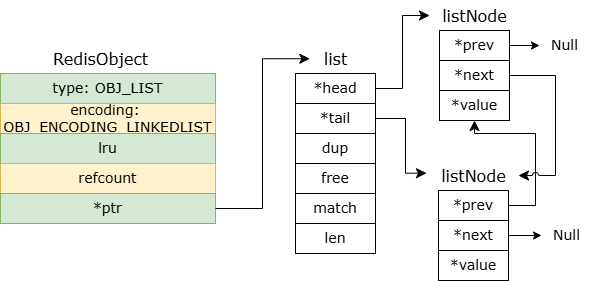
guxdong/imgrepo keeps this draw.io diagram as redis/linkedlist结构图.drawio.png. Above is the earlier version. Source tidied: cells renumbered, new cells last; positions are measured from the earlier drawing's top-left corner, leaving out a move shared by most shapes. Its diagram source:
```xml
<mxGraphModel>
  <root>
    <mxCell id="0" />
    <mxCell id="1" parent="0" />
    <mxCell id="2" value="&lt;font style=&quot;font-size: 14px;&quot; face=&quot;Verdana&quot;&gt;type:&amp;nbsp;&lt;/font&gt;&lt;font face=&quot;Verdana&quot;&gt;&lt;span style=&quot;font-size: 14px;&quot;&gt;OBJ_LIST&lt;/span&gt;&lt;/font&gt;" style="rounded=0;whiteSpace=wrap;html=1;fillColor=#d5e8d4;strokeColor=#82b366;" parent="1" vertex="1">
      <mxGeometry y="73" width="215" height="30" as="geometry" />
    </mxCell>
    <mxCell id="3" value="&lt;font face=&quot;Verdana&quot;&gt;&lt;span style=&quot;font-size: 14px;&quot;&gt;encoding:&amp;nbsp;&lt;/span&gt;&lt;/font&gt;&lt;div&gt;&lt;font face=&quot;Verdana&quot;&gt;&lt;span style=&quot;font-size: 14px;&quot;&gt;OBJ_ENCODING_LINKEDLIST&lt;/span&gt;&lt;/font&gt;&lt;/div&gt;" style="rounded=0;whiteSpace=wrap;html=1;fillColor=#fff2cc;strokeColor=#d6b656;" parent="1" vertex="1">
      <mxGeometry y="103" width="215" height="30" as="geometry" />
    </mxCell>
    <mxCell id="4" value="&lt;font face=&quot;Verdana&quot;&gt;&lt;span style=&quot;font-size: 14px;&quot;&gt;lru&lt;/span&gt;&lt;/font&gt;" style="rounded=0;whiteSpace=wrap;html=1;fillColor=#d5e8d4;strokeColor=#82b366;" parent="1" vertex="1">
      <mxGeometry y="133" width="215" height="30" as="geometry" />
    </mxCell>
    <mxCell id="5" value="&lt;font face=&quot;Verdana&quot;&gt;&lt;span style=&quot;font-size: 14px;&quot;&gt;refcount&lt;/span&gt;&lt;/font&gt;" style="rounded=0;whiteSpace=wrap;html=1;fillColor=#fff2cc;strokeColor=#d6b656;" parent="1" vertex="1">
      <mxGeometry y="163" width="215" height="30" as="geometry" />
    </mxCell>
    <mxCell id="6" value="&lt;font face=&quot;Verdana&quot;&gt;&lt;span style=&quot;font-size: 14px;&quot;&gt;*ptr&lt;/span&gt;&lt;/font&gt;" style="rounded=0;whiteSpace=wrap;html=1;fillColor=#d5e8d4;strokeColor=#82b366;" parent="1" vertex="1">
      <mxGeometry y="193" width="215" height="30" as="geometry" />
    </mxCell>
    <mxCell id="7" value="&lt;font face=&quot;Verdana&quot; style=&quot;font-size: 16px;&quot;&gt;RedisObject&lt;/font&gt;" style="text;html=1;align=center;verticalAlign=middle;strokeColor=none;fillColor=none;" parent="1" vertex="1">
      <mxGeometry x="40" y="43" width="120" height="30" as="geometry" />
    </mxCell>
    <mxCell id="8" style="group;" parent="1" vertex="1">
      <mxGeometry x="295" y="43" width="80" height="210" as="geometry" />
    </mxCell>
    <mxCell id="9" value="&lt;font face=&quot;Verdana&quot;&gt;&lt;span style=&quot;font-size: 14px;&quot;&gt;*head&lt;/span&gt;&lt;/font&gt;" style="rounded=0;whiteSpace=wrap;html=1;" parent="8" vertex="1">
      <mxGeometry y="30" width="80" height="30" as="geometry" />
    </mxCell>
    <mxCell id="10" value="&lt;font face=&quot;Verdana&quot;&gt;&lt;span style=&quot;font-size: 14px;&quot;&gt;*tail&lt;/span&gt;&lt;/font&gt;" style="rounded=0;whiteSpace=wrap;html=1;" parent="8" vertex="1">
      <mxGeometry y="60" width="80" height="30" as="geometry" />
    </mxCell>
    <mxCell id="11" value="&lt;font face=&quot;Verdana&quot;&gt;&lt;span style=&quot;font-size: 14px;&quot;&gt;dup&lt;/span&gt;&lt;/font&gt;" style="rounded=0;whiteSpace=wrap;html=1;" parent="8" vertex="1">
      <mxGeometry y="90" width="80" height="30" as="geometry" />
    </mxCell>
    <mxCell id="12" value="&lt;font face=&quot;Verdana&quot;&gt;&lt;span style=&quot;font-size: 14px;&quot;&gt;free&lt;/span&gt;&lt;/font&gt;" style="rounded=0;whiteSpace=wrap;html=1;" parent="8" vertex="1">
      <mxGeometry y="120" width="80" height="30" as="geometry" />
    </mxCell>
    <mxCell id="13" value="&lt;font face=&quot;Verdana&quot;&gt;&lt;span style=&quot;font-size: 14px;&quot;&gt;match&lt;/span&gt;&lt;/font&gt;" style="rounded=0;whiteSpace=wrap;html=1;" parent="8" vertex="1">
      <mxGeometry y="150" width="80" height="30" as="geometry" />
    </mxCell>
    <mxCell id="14" value="&lt;font face=&quot;Verdana&quot;&gt;&lt;span style=&quot;font-size: 14px;&quot;&gt;len&lt;/span&gt;&lt;/font&gt;" style="rounded=0;whiteSpace=wrap;html=1;" parent="8" vertex="1">
      <mxGeometry y="180" width="80" height="30" as="geometry" />
    </mxCell>
    <mxCell id="15" value="&lt;font face=&quot;Verdana&quot; style=&quot;font-size: 16px;&quot;&gt;list&lt;/font&gt;" style="text;html=1;align=center;verticalAlign=middle;points=[];strokeColor=none;fillColor=none;" parent="8" vertex="1">
      <mxGeometry x="15" width="50" height="30" as="geometry" />
    </mxCell>
    <mxCell id="16" style="edgeStyle=elbowEdgeStyle;elbow=horizontal;endArrow=classic;html=1;curved=0;rounded=0;endSize=8;startSize=8;exitX=1;exitY=0.5;exitDx=0;exitDy=0;entryX=-0.013;entryY=0.508;entryDx=0;entryDy=0;entryPerimeter=0;" parent="1" edge="1" source="6" target="15">
      <mxGeometry relative="1" as="geometry" />
    </mxCell>
    <mxCell id="17" style="edgeStyle=elbowEdgeStyle;elbow=horizontal;endArrow=classic;html=1;curved=0;rounded=0;endSize=8;startSize=8;exitX=1;exitY=0.5;exitDx=0;exitDy=0;" parent="1" edge="1" source="9" target="22">
      <mxGeometry relative="1" as="geometry" />
    </mxCell>
    <mxCell id="18" style="group;" parent="1" vertex="1">
      <mxGeometry x="429" width="90" height="120" as="geometry" />
    </mxCell>
    <mxCell id="19" value="&lt;font face=&quot;Verdana&quot;&gt;&lt;span style=&quot;font-size: 14px;&quot;&gt;*prev&lt;/span&gt;&lt;/font&gt;" style="rounded=0;whiteSpace=wrap;html=1;" parent="18" vertex="1">
      <mxGeometry x="10" y="30" width="70" height="30" as="geometry" />
    </mxCell>
    <mxCell id="20" value="&lt;font face=&quot;Verdana&quot;&gt;&lt;span style=&quot;font-size: 14px;&quot;&gt;*next&lt;/span&gt;&lt;/font&gt;" style="rounded=0;whiteSpace=wrap;html=1;" parent="18" vertex="1">
      <mxGeometry x="10" y="60" width="70" height="30" as="geometry" />
    </mxCell>
    <mxCell id="21" value="&lt;font face=&quot;Verdana&quot;&gt;&lt;span style=&quot;font-size: 14px;&quot;&gt;*value&lt;/span&gt;&lt;/font&gt;" style="rounded=0;whiteSpace=wrap;html=1;" parent="18" vertex="1">
      <mxGeometry x="10" y="90" width="70" height="30" as="geometry" />
    </mxCell>
    <mxCell id="22" value="&lt;font style=&quot;font-size: 16px;&quot; face=&quot;Verdana&quot;&gt;listNode&lt;/font&gt;" style="text;html=1;align=center;verticalAlign=middle;points=[];strokeColor=none;fillColor=none;" parent="18" vertex="1">
      <mxGeometry width="90" height="30" as="geometry" />
    </mxCell>
    <mxCell id="23" style="group;" parent="1" vertex="1">
      <mxGeometry x="428" y="160" width="90" height="120" as="geometry" />
    </mxCell>
    <mxCell id="24" value="&lt;font face=&quot;Verdana&quot;&gt;&lt;span style=&quot;font-size: 14px;&quot;&gt;*prev&lt;/span&gt;&lt;/font&gt;" style="rounded=0;whiteSpace=wrap;html=1;" parent="23" vertex="1">
      <mxGeometry x="10" y="30" width="70" height="30" as="geometry" />
    </mxCell>
    <mxCell id="25" value="&lt;font face=&quot;Verdana&quot;&gt;&lt;span style=&quot;font-size: 14px;&quot;&gt;*next&lt;/span&gt;&lt;/font&gt;" style="rounded=0;whiteSpace=wrap;html=1;" parent="23" vertex="1">
      <mxGeometry x="10" y="60" width="70" height="30" as="geometry" />
    </mxCell>
    <mxCell id="26" value="&lt;font face=&quot;Verdana&quot;&gt;&lt;span style=&quot;font-size: 14px;&quot;&gt;*value&lt;/span&gt;&lt;/font&gt;" style="rounded=0;whiteSpace=wrap;html=1;" parent="23" vertex="1">
      <mxGeometry x="10" y="90" width="70" height="30" as="geometry" />
    </mxCell>
    <mxCell id="27" value="&lt;font style=&quot;font-size: 16px;&quot; face=&quot;Verdana&quot;&gt;listNode&lt;/font&gt;" style="text;html=1;align=center;verticalAlign=middle;points=[];strokeColor=none;fillColor=none;" parent="23" vertex="1">
      <mxGeometry width="90" height="30" as="geometry" />
    </mxCell>
    <mxCell id="28" style="endArrow=classic;html=1;rounded=0;exitX=1;exitY=0.5;exitDx=0;exitDy=0;" parent="1" edge="1" source="25">
      <mxGeometry relative="1" as="geometry">
        <mxPoint x="541" y="235" as="targetPoint" />
      </mxGeometry>
    </mxCell>
    <mxCell id="29" value="&lt;font style=&quot;font-size: 14px;&quot; face=&quot;Verdana&quot;&gt;Null&lt;/font&gt;" style="text;html=1;align=center;verticalAlign=middle;strokeColor=none;fillColor=none;" parent="1" vertex="1">
      <mxGeometry x="541" y="220" width="50" height="30" as="geometry" />
    </mxCell>
    <mxCell id="30" value="&lt;font style=&quot;font-size: 14px;&quot; face=&quot;Verdana&quot;&gt;Null&lt;/font&gt;" style="text;html=1;align=center;verticalAlign=middle;points=[];strokeColor=none;fillColor=none;" parent="1" vertex="1">
      <mxGeometry x="539" y="30" width="50" height="30" as="geometry" />
    </mxCell>
    <mxCell id="31" style="endArrow=classic;html=1;rounded=0;" parent="1" edge="1" target="30">
      <mxGeometry relative="1" as="geometry">
        <mxPoint x="509" y="45" as="sourcePoint" />
      </mxGeometry>
    </mxCell>
    <mxCell id="32" style="edgeStyle=segmentEdgeStyle;endArrow=classic;html=1;curved=0;rounded=0;endSize=8;startSize=8;entryX=-0.022;entryY=0.422;entryDx=0;entryDy=0;entryPerimeter=0;exitX=1;exitY=0.5;exitDx=0;exitDy=0;" parent="1" edge="1" source="10" target="27">
      <mxGeometry relative="1" as="geometry">
        <Array as="points">
          <mxPoint x="405" y="118" />
          <mxPoint x="405" y="173" />
        </Array>
      </mxGeometry>
    </mxCell>
    <mxCell id="33" style="edgeStyle=segmentEdgeStyle;endArrow=classic;html=1;curved=0;rounded=0;endSize=8;startSize=8;exitX=1;exitY=0.5;exitDx=0;exitDy=0;entryX=0.5;entryY=1;entryDx=0;entryDy=0;jumpStyle=arc;" parent="1" edge="1" source="24" target="21">
      <mxGeometry relative="1" as="geometry">
        <Array as="points">
          <mxPoint x="535" y="205" />
          <mxPoint x="535" y="133" />
          <mxPoint x="474" y="133" />
        </Array>
      </mxGeometry>
    </mxCell>
    <mxCell id="34" style="edgeStyle=segmentEdgeStyle;endArrow=classic;html=1;curved=0;rounded=0;endSize=8;startSize=8;exitX=1;exitY=0.5;exitDx=0;exitDy=0;jumpStyle=arc;" parent="1" edge="1" source="20" target="27">
      <mxGeometry relative="1" as="geometry">
        <Array as="points">
          <mxPoint x="555" y="75" />
          <mxPoint x="555" y="175" />
        </Array>
      </mxGeometry>
    </mxCell>
  </root>
</mxGraphModel>
```
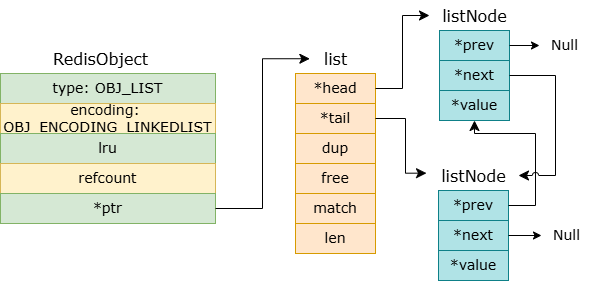
After the change.

Commit message:
更新linkedlist结构图.drawio.png

Diff of the diagram source:
```diff
@@ -23,22 +23,22 @@
     <mxCell id="8" style="group;" parent="1" vertex="1">
       <mxGeometry x="295" y="43" width="80" height="210" as="geometry" />
     </mxCell>
-    <mxCell id="9" value="&lt;font face=&quot;Verdana&quot;&gt;&lt;span style=&quot;font-size: 14px;&quot;&gt;*head&lt;/span&gt;&lt;/font&gt;" style="rounded=0;whiteSpace=wrap;html=1;" parent="8" vertex="1">
+    <mxCell id="9" value="&lt;font face=&quot;Verdana&quot;&gt;&lt;span style=&quot;font-size: 14px;&quot;&gt;*head&lt;/span&gt;&lt;/font&gt;" style="rounded=0;whiteSpace=wrap;html=1;fillColor=#ffe6cc;strokeColor=#d79b00;" parent="8" vertex="1">
       <mxGeometry y="30" width="80" height="30" as="geometry" />
     </mxCell>
-    <mxCell id="10" value="&lt;font face=&quot;Verdana&quot;&gt;&lt;span style=&quot;font-size: 14px;&quot;&gt;*tail&lt;/span&gt;&lt;/font&gt;" style="rounded=0;whiteSpace=wrap;html=1;" parent="8" vertex="1">
+    <mxCell id="10" value="&lt;font face=&quot;Verdana&quot;&gt;&lt;span style=&quot;font-size: 14px;&quot;&gt;*tail&lt;/span&gt;&lt;/font&gt;" style="rounded=0;whiteSpace=wrap;html=1;fillColor=#ffe6cc;strokeColor=#d79b00;" parent="8" vertex="1">
       <mxGeometry y="60" width="80" height="30" as="geometry" />
     </mxCell>
-    <mxCell id="11" value="&lt;font face=&quot;Verdana&quot;&gt;&lt;span style=&quot;font-size: 14px;&quot;&gt;dup&lt;/span&gt;&lt;/font&gt;" style="rounded=0;whiteSpace=wrap;html=1;" parent="8" vertex="1">
+    <mxCell id="11" value="&lt;font face=&quot;Verdana&quot;&gt;&lt;span style=&quot;font-size: 14px;&quot;&gt;dup&lt;/span&gt;&lt;/font&gt;" style="rounded=0;whiteSpace=wrap;html=1;fillColor=#ffe6cc;strokeColor=#d79b00;" parent="8" vertex="1">
       <mxGeometry y="90" width="80" height="30" as="geometry" />
     </mxCell>
-    <mxCell id="12" value="&lt;font face=&quot;Verdana&quot;&gt;&lt;span style=&quot;font-size: 14px;&quot;&gt;free&lt;/span&gt;&lt;/font&gt;" style="rounded=0;whiteSpace=wrap;html=1;" parent="8" vertex="1">
+    <mxCell id="12" value="&lt;font face=&quot;Verdana&quot;&gt;&lt;span style=&quot;font-size: 14px;&quot;&gt;free&lt;/span&gt;&lt;/font&gt;" style="rounded=0;whiteSpace=wrap;html=1;fillColor=#ffe6cc;strokeColor=#d79b00;" parent="8" vertex="1">
       <mxGeometry y="120" width="80" height="30" as="geometry" />
     </mxCell>
-    <mxCell id="13" value="&lt;font face=&quot;Verdana&quot;&gt;&lt;span style=&quot;font-size: 14px;&quot;&gt;match&lt;/span&gt;&lt;/font&gt;" style="rounded=0;whiteSpace=wrap;html=1;" parent="8" vertex="1">
+    <mxCell id="13" value="&lt;font face=&quot;Verdana&quot;&gt;&lt;span style=&quot;font-size: 14px;&quot;&gt;match&lt;/span&gt;&lt;/font&gt;" style="rounded=0;whiteSpace=wrap;html=1;fillColor=#ffe6cc;strokeColor=#d79b00;" parent="8" vertex="1">
       <mxGeometry y="150" width="80" height="30" as="geometry" />
     </mxCell>
-    <mxCell id="14" value="&lt;font face=&quot;Verdana&quot;&gt;&lt;span style=&quot;font-size: 14px;&quot;&gt;len&lt;/span&gt;&lt;/font&gt;" style="rounded=0;whiteSpace=wrap;html=1;" parent="8" vertex="1">
+    <mxCell id="14" value="&lt;font face=&quot;Verdana&quot;&gt;&lt;span style=&quot;font-size: 14px;&quot;&gt;len&lt;/span&gt;&lt;/font&gt;" style="rounded=0;whiteSpace=wrap;html=1;fillColor=#ffe6cc;strokeColor=#d79b00;" parent="8" vertex="1">
       <mxGeometry y="180" width="80" height="30" as="geometry" />
     </mxCell>
     <mxCell id="15" value="&lt;font face=&quot;Verdana&quot; style=&quot;font-size: 16px;&quot;&gt;list&lt;/font&gt;" style="text;html=1;align=center;verticalAlign=middle;points=[];strokeColor=none;fillColor=none;" parent="8" vertex="1">
@@ -53,13 +53,13 @@
     <mxCell id="18" style="group;" parent="1" vertex="1">
       <mxGeometry x="429" width="90" height="120" as="geometry" />
     </mxCell>
-    <mxCell id="19" value="&lt;font face=&quot;Verdana&quot;&gt;&lt;span style=&quot;font-size: 14px;&quot;&gt;*prev&lt;/span&gt;&lt;/font&gt;" style="rounded=0;whiteSpace=wrap;html=1;" parent="18" vertex="1">
+    <mxCell id="19" value="&lt;font face=&quot;Verdana&quot;&gt;&lt;span style=&quot;font-size: 14px;&quot;&gt;*prev&lt;/span&gt;&lt;/font&gt;" style="rounded=0;whiteSpace=wrap;html=1;fillColor=#b0e3e6;strokeColor=#0e8088;" parent="18" vertex="1">
       <mxGeometry x="10" y="30" width="70" height="30" as="geometry" />
     </mxCell>
-    <mxCell id="20" value="&lt;font face=&quot;Verdana&quot;&gt;&lt;span style=&quot;font-size: 14px;&quot;&gt;*next&lt;/span&gt;&lt;/font&gt;" style="rounded=0;whiteSpace=wrap;html=1;" parent="18" vertex="1">
+    <mxCell id="20" value="&lt;font face=&quot;Verdana&quot;&gt;&lt;span style=&quot;font-size: 14px;&quot;&gt;*next&lt;/span&gt;&lt;/font&gt;" style="rounded=0;whiteSpace=wrap;html=1;fillColor=#b0e3e6;strokeColor=#0e8088;" parent="18" vertex="1">
       <mxGeometry x="10" y="60" width="70" height="30" as="geometry" />
     </mxCell>
-    <mxCell id="21" value="&lt;font face=&quot;Verdana&quot;&gt;&lt;span style=&quot;font-size: 14px;&quot;&gt;*value&lt;/span&gt;&lt;/font&gt;" style="rounded=0;whiteSpace=wrap;html=1;" parent="18" vertex="1">
+    <mxCell id="21" value="&lt;font face=&quot;Verdana&quot;&gt;&lt;span style=&quot;font-size: 14px;&quot;&gt;*value&lt;/span&gt;&lt;/font&gt;" style="rounded=0;whiteSpace=wrap;html=1;fillColor=#b0e3e6;strokeColor=#0e8088;" parent="18" vertex="1">
       <mxGeometry x="10" y="90" width="70" height="30" as="geometry" />
     </mxCell>
     <mxCell id="22" value="&lt;font style=&quot;font-size: 16px;&quot; face=&quot;Verdana&quot;&gt;listNode&lt;/font&gt;" style="text;html=1;align=center;verticalAlign=middle;points=[];strokeColor=none;fillColor=none;" parent="18" vertex="1">
@@ -68,13 +68,13 @@
     <mxCell id="23" style="group;" parent="1" vertex="1">
       <mxGeometry x="428" y="160" width="90" height="120" as="geometry" />
     </mxCell>
-    <mxCell id="24" value="&lt;font face=&quot;Verdana&quot;&gt;&lt;span style=&quot;font-size: 14px;&quot;&gt;*prev&lt;/span&gt;&lt;/font&gt;" style="rounded=0;whiteSpace=wrap;html=1;" parent="23" vertex="1">
+    <mxCell id="24" value="&lt;font face=&quot;Verdana&quot;&gt;&lt;span style=&quot;font-size: 14px;&quot;&gt;*prev&lt;/span&gt;&lt;/font&gt;" style="rounded=0;whiteSpace=wrap;html=1;fillColor=#b0e3e6;strokeColor=#0e8088;" parent="23" vertex="1">
       <mxGeometry x="10" y="30" width="70" height="30" as="geometry" />
     </mxCell>
-    <mxCell id="25" value="&lt;font face=&quot;Verdana&quot;&gt;&lt;span style=&quot;font-size: 14px;&quot;&gt;*next&lt;/span&gt;&lt;/font&gt;" style="rounded=0;whiteSpace=wrap;html=1;" parent="23" vertex="1">
+    <mxCell id="25" value="&lt;font face=&quot;Verdana&quot;&gt;&lt;span style=&quot;font-size: 14px;&quot;&gt;*next&lt;/span&gt;&lt;/font&gt;" style="rounded=0;whiteSpace=wrap;html=1;fillColor=#b0e3e6;strokeColor=#0e8088;" parent="23" vertex="1">
       <mxGeometry x="10" y="60" width="70" height="30" as="geometry" />
     </mxCell>
-    <mxCell id="26" value="&lt;font face=&quot;Verdana&quot;&gt;&lt;span style=&quot;font-size: 14px;&quot;&gt;*value&lt;/span&gt;&lt;/font&gt;" style="rounded=0;whiteSpace=wrap;html=1;" parent="23" vertex="1">
+    <mxCell id="26" value="&lt;font face=&quot;Verdana&quot;&gt;&lt;span style=&quot;font-size: 14px;&quot;&gt;*value&lt;/span&gt;&lt;/font&gt;" style="rounded=0;whiteSpace=wrap;html=1;fillColor=#b0e3e6;strokeColor=#0e8088;" parent="23" vertex="1">
       <mxGeometry x="10" y="90" width="70" height="30" as="geometry" />
     </mxCell>
     <mxCell id="27" value="&lt;font style=&quot;font-size: 16px;&quot; face=&quot;Verdana&quot;&gt;listNode&lt;/font&gt;" style="text;html=1;align=center;verticalAlign=middle;points=[];strokeColor=none;fillColor=none;" parent="23" vertex="1">
```
